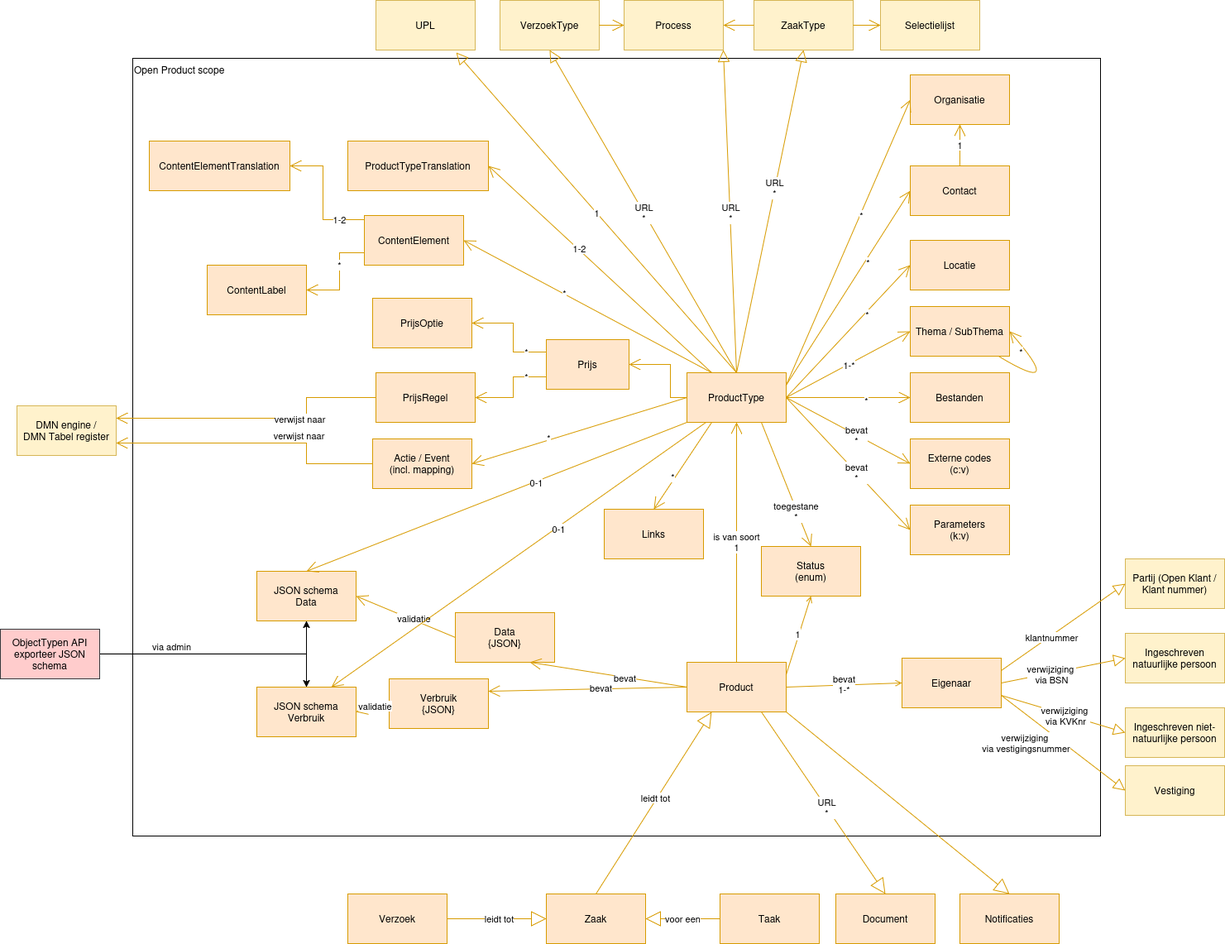
maykinmedia/open-product keeps this draw.io diagram as docs/introduction/assets/open-product-informatiemodel-diagram.png. Above is the earlier version. Source tidied: cells renumbered, new cells last; positions are measured from the earlier drawing's top-left corner, leaving out a move shared by most shapes.
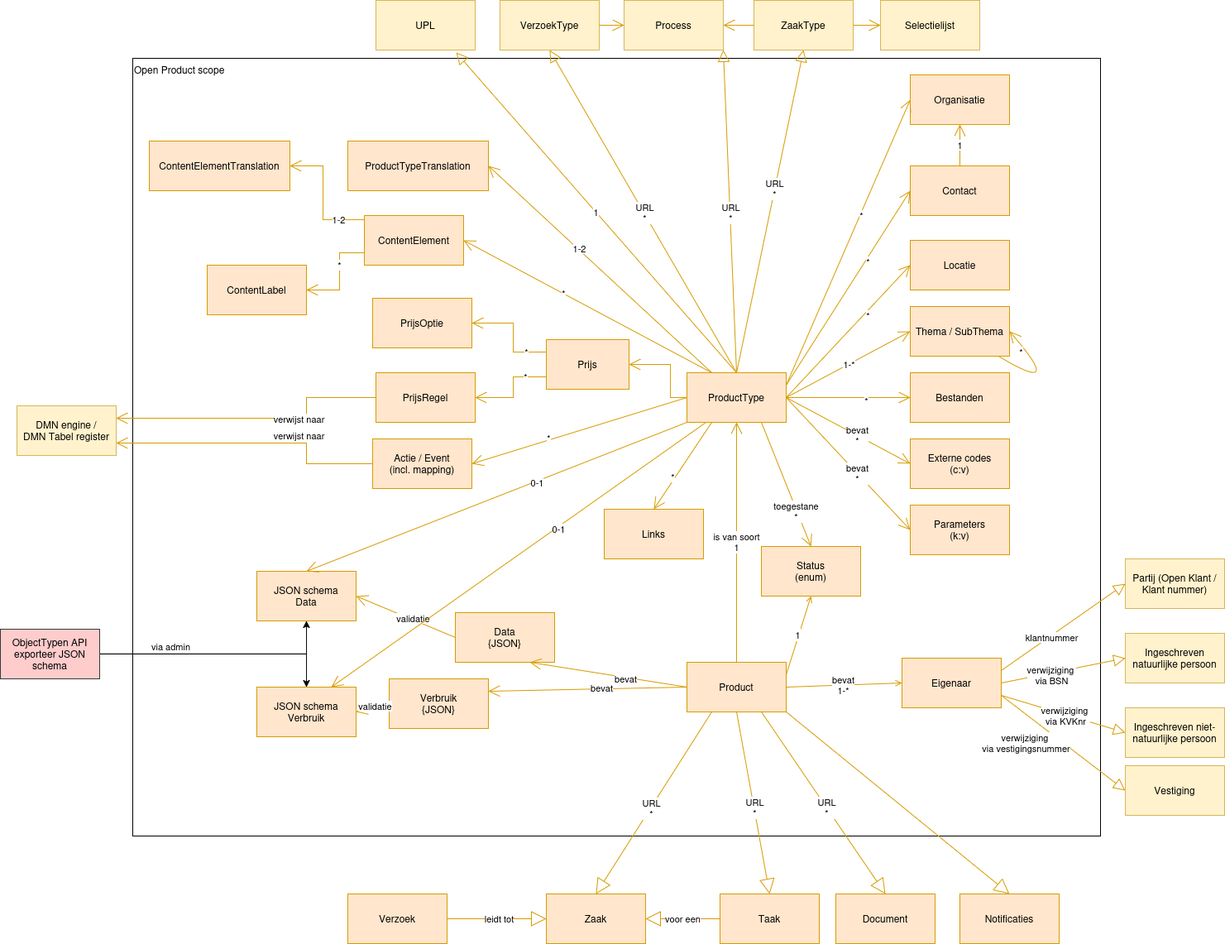
The same file after the commit.

What changed in the source:
```diff
@@ -34,14 +34,6 @@
     <mxCell id="10" value="&lt;div&gt;is van soort&lt;/div&gt;&lt;div&gt;1&lt;/div&gt;" style="endArrow=open;endFill=1;endSize=12;html=1;rounded=0;exitX=0.5;exitY=0;exitDx=0;exitDy=0;entryX=0.5;entryY=1;entryDx=0;entryDy=0;fillColor=#ffe6cc;strokeColor=#d79b00;" parent="1" edge="1" source="5" target="4">
       <mxGeometry relative="1" as="geometry" />
     </mxCell>
-    <mxCell id="11" style="endArrow=block;endSize=16;endFill=0;html=1;rounded=0;exitX=0.5;exitY=0;exitDx=0;exitDy=0;fillColor=#ffe6cc;strokeColor=#d79b00;entryX=0.25;entryY=1;entryDx=0;entryDy=0;" parent="1" edge="1" source="7" target="5">
-      <mxGeometry relative="1" as="geometry" />
-    </mxCell>
-    <mxCell id="12" value="leidt tot" style="edgeLabel;html=1;align=center;verticalAlign=middle;" parent="11" vertex="1">
-      <mxGeometry x="0.05" y="1" relative="1" as="geometry">
-        <mxPoint x="-1" as="offset" />
-      </mxGeometry>
-    </mxCell>
     <mxCell id="13" value="voor een" style="endArrow=block;endSize=16;endFill=0;html=1;rounded=0;entryX=1;entryY=0.5;entryDx=0;entryDy=0;exitX=0;exitY=0.5;exitDx=0;exitDy=0;fillColor=#ffe6cc;strokeColor=#d79b00;" parent="1" edge="1" source="8" target="7">
       <mxGeometry relative="1" as="geometry" />
     </mxCell>
@@ -425,5 +417,21 @@
     <mxCell id="121" value="*" style="edgeLabel;html=1;align=center;verticalAlign=middle;" parent="120" vertex="1">
       <mxGeometry x="0.28" y="-3" relative="1" as="geometry" />
     </mxCell>
+    <mxCell id="122" style="endArrow=block;endSize=16;endFill=0;html=1;rounded=0;entryX=0.5;entryY=0;entryDx=0;entryDy=0;fillColor=#ffe6cc;strokeColor=#d79b00;exitX=0.5;exitY=1;exitDx=0;exitDy=0;" parent="1" edge="1" source="5" target="8">
+      <mxGeometry relative="1" as="geometry" />
+    </mxCell>
+    <mxCell id="123" value="&lt;div&gt;URL&lt;/div&gt;&lt;div&gt;*&lt;/div&gt;" style="edgeLabel;html=1;align=center;verticalAlign=middle;" parent="122" vertex="1">
+      <mxGeometry x="0.05" y="1" relative="1" as="geometry">
+        <mxPoint x="-1" as="offset" />
+      </mxGeometry>
+    </mxCell>
+    <mxCell id="124" style="endArrow=block;endSize=16;endFill=0;html=1;rounded=0;entryX=0.5;entryY=0;entryDx=0;entryDy=0;fillColor=#ffe6cc;strokeColor=#d79b00;exitX=0.25;exitY=1;exitDx=0;exitDy=0;" parent="1" edge="1" source="5" target="7">
+      <mxGeometry relative="1" as="geometry" />
+    </mxCell>
+    <mxCell id="125" value="&lt;div&gt;URL&lt;/div&gt;&lt;div&gt;*&lt;/div&gt;" style="edgeLabel;html=1;align=center;verticalAlign=middle;" parent="124" vertex="1">
+      <mxGeometry x="0.05" y="1" relative="1" as="geometry">
+        <mxPoint x="-1" as="offset" />
+      </mxGeometry>
+    </mxCell>
   </root>
 </mxGraphModel>
```
